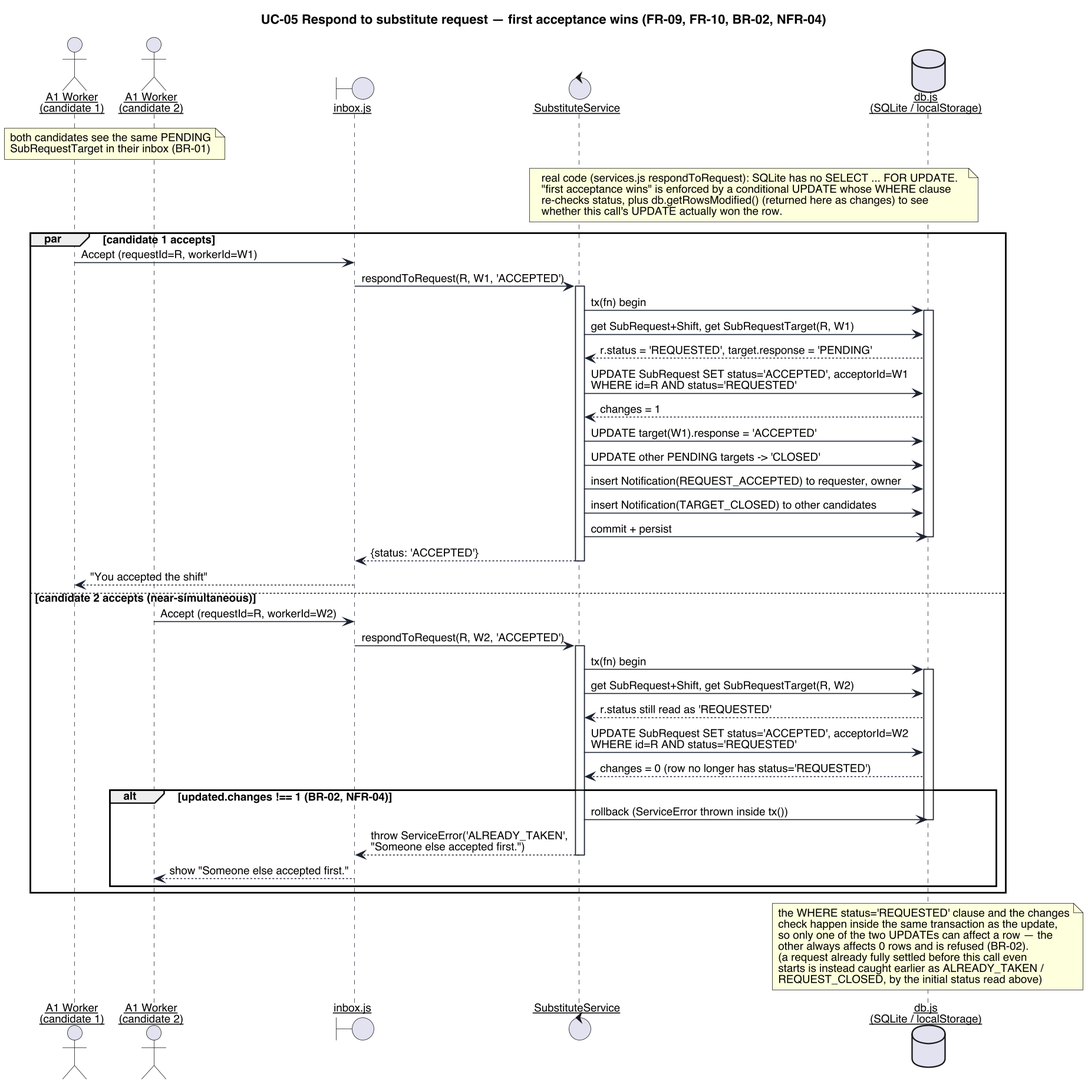
Earlier version of the PlantUML export uml/seq-2-accept.png (keemlogan/shiftswap).
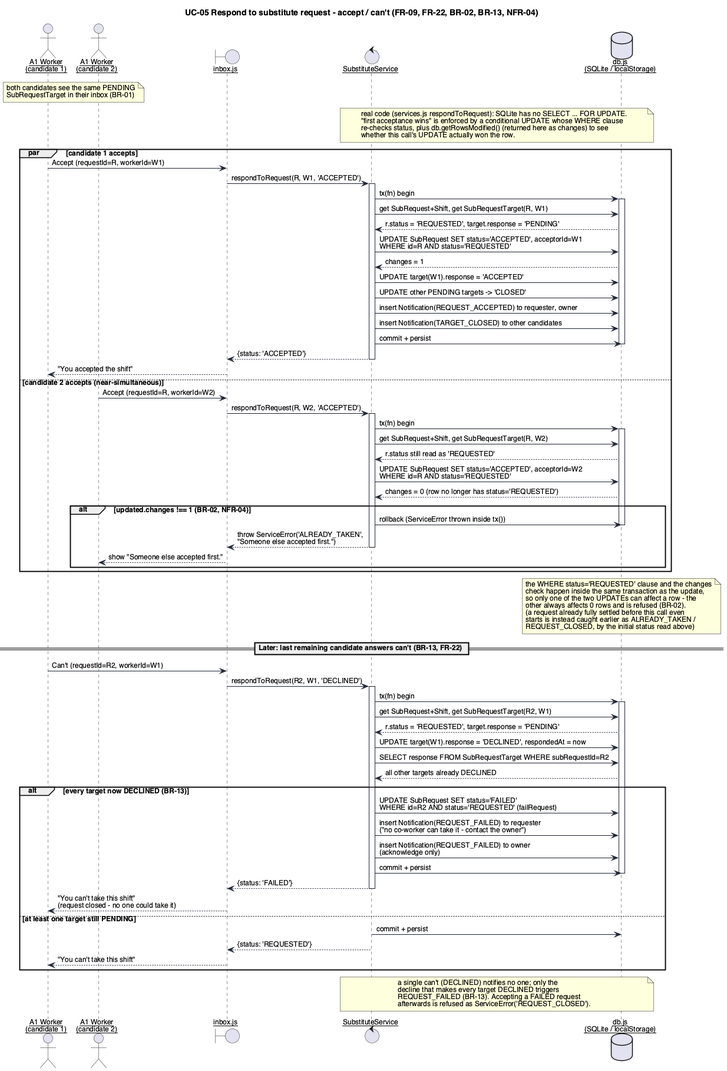
The same file after the commit.

Change to the diagram source:
```diff
@@ -1,5 +1,4 @@
 @startuml seq-2-accept
-skinparamlocked dpi 150
 skinparam defaultFontName "Helvetica"
 skinparam defaultFontSize 12
 skinparam shadowing false
@@ -16,7 +15,7 @@
   BoxBorderColor #1C2230
 }
 
-title UC-05 Respond to substitute request — first acceptance wins (FR-09, FR-10, BR-02, NFR-04)
+title UC-05 Respond to substitute request - accept / can't (FR-09, FR-22, BR-02, BR-13, NFR-04)
 
 actor "A1 Worker\n(candidate 1)" as W1
 actor "A1 Worker\n(candidate 2)" as W2
@@ -74,10 +73,47 @@
 note over DB
   the WHERE status='REQUESTED' clause and the changes
   check happen inside the same transaction as the update,
-  so only one of the two UPDATEs can affect a row — the
+  so only one of the two UPDATEs can affect a row - the
   other always affects 0 rows and is refused (BR-02).
   (a request already fully settled before this call even
   starts is instead caught earlier as ALREADY_TAKEN /
   REQUEST_CLOSED, by the initial status read above)
 end note
+
+== Later: last remaining candidate answers can't (BR-13, FR-22) ==
+
+W1 -> UI : Can't (requestId=R2, workerId=W1)
+UI -> Svc : respondToRequest(R2, W1, 'DECLINED')
+activate Svc
+Svc -> DB : tx(fn) begin
+activate DB
+Svc -> DB : get SubRequest+Shift, get SubRequestTarget(R2, W1)
+DB --> Svc : r.status = 'REQUESTED', target.response = 'PENDING'
+Svc -> DB : UPDATE target(W1).response = 'DECLINED', respondedAt = now
+Svc -> DB : SELECT response FROM SubRequestTarget WHERE subRequestId=R2
+DB --> Svc : all other targets already DECLINED
+
+alt every target now DECLINED (BR-13)
+  Svc -> DB : UPDATE SubRequest SET status='FAILED'\nWHERE id=R2 AND status='REQUESTED' (failRequest)
+  Svc -> DB : insert Notification(REQUEST_FAILED) to requester\n("no co-worker can take it - contact the owner")
+  Svc -> DB : insert Notification(REQUEST_FAILED) to owner\n(acknowledge only)
+  Svc -> DB : commit + persist
+  deactivate DB
+  Svc --> UI : {status: 'FAILED'}
+  deactivate Svc
+  UI --> W1 : "You can't take this shift"\n(request closed - no one could take it)
+else at least one target still PENDING
+  Svc -> DB : commit + persist
+  deactivate DB
+  Svc --> UI : {status: 'REQUESTED'}
+  deactivate Svc
+  UI --> W1 : "You can't take this shift"
+end
+
+note over Svc, DB
+  a single can't (DECLINED) notifies no one; only the
+  decline that makes every target DECLINED triggers
+  REQUEST_FAILED (BR-13). Accepting a FAILED request
+  afterwards is refused as ServiceError('REQUEST_CLOSED').
+end note
 @enduml
```
